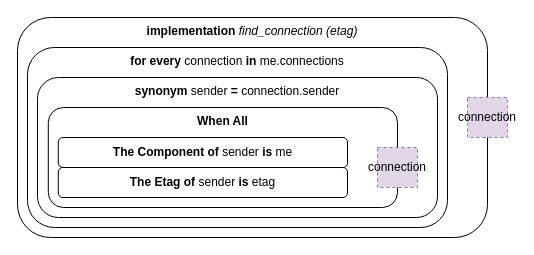
Above: findconnection.drawio in guitarvydas/duct (draw.io), before the change. Source tidied: cells renumbered, new cells numbered last; positions are measured from the earlier drawing's top-left corner, leaving out a move shared by most shapes. Both pictures are drawn from the tidied source at 100%, with x=0, y=0 at pixel (17, 17).
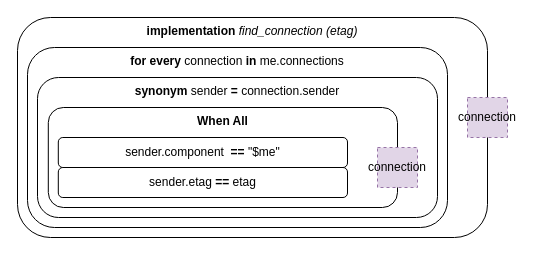
The same page after the edit.

The edit, as a diff of the source:
```diff
@@
 <mxGraphModel>
   <root>
     <mxCell id="0" />
     <mxCell id="1" parent="0" />
     <mxCell id="2" value="&lt;b&gt;implementation &lt;/b&gt;&lt;i&gt;find_connection (etag)&lt;/i&gt;" style="rounded=1;whiteSpace=wrap;html=1;verticalAlign=top;" parent="1" vertex="1">
       <mxGeometry width="470" height="220" as="geometry" />
     </mxCell>
     <mxCell id="3" value="&lt;b&gt;for every&lt;/b&gt;&amp;nbsp;connection &lt;b&gt;in&lt;/b&gt; me.connections" style="rounded=1;whiteSpace=wrap;html=1;verticalAlign=top;" parent="1" vertex="1">
       <mxGeometry x="10" y="30" width="420" height="180" as="geometry" />
     </mxCell>
     <mxCell id="4" style="edgeStyle=orthogonalEdgeStyle;rounded=0;orthogonalLoop=1;jettySize=auto;html=1;exitX=1;exitY=0.5;exitDx=0;exitDy=0;entryX=0;entryY=0.5;entryDx=0;entryDy=0;" parent="1" edge="1">
       <mxGeometry relative="1" as="geometry">
         <mxPoint x="257.8" y="220" as="sourcePoint" />
       </mxGeometry>
     </mxCell>
     <mxCell id="5" style="edgeStyle=orthogonalEdgeStyle;rounded=0;orthogonalLoop=1;jettySize=auto;html=1;exitX=1;exitY=0.5;exitDx=0;exitDy=0;entryX=0;entryY=0.5;entryDx=0;entryDy=0;" parent="1" edge="1">
       <mxGeometry relative="1" as="geometry">
         <mxPoint x="311" y="300" as="targetPoint" />
       </mxGeometry>
     </mxCell>
     <mxCell id="6" value="connection" style="whiteSpace=wrap;html=1;fillColor=#e1d5e7;strokeColor=#9673a6;dashed=1;" parent="1" vertex="1">
       <mxGeometry x="450" y="80" width="40" height="40" as="geometry" />
     </mxCell>
     <mxCell id="7" value="&lt;b&gt;synonym &lt;/b&gt;sender &lt;b&gt;= &lt;/b&gt;connection.sender" style="rounded=1;whiteSpace=wrap;html=1;verticalAlign=top;" parent="1" vertex="1">
       <mxGeometry x="20" y="60" width="400" height="140" as="geometry" />
     </mxCell>
     <mxCell id="8" value="&lt;b&gt;When All&lt;/b&gt;" style="rounded=1;whiteSpace=wrap;html=1;verticalAlign=top;" parent="1" vertex="1">
       <mxGeometry x="30.8" y="90" width="349.2" height="100" as="geometry" />
     </mxCell>
-    <mxCell id="9" value="&lt;b&gt;The Component of &lt;/b&gt;sender&amp;nbsp;&lt;b&gt;is &lt;/b&gt;me" style="rounded=1;whiteSpace=wrap;html=1;" parent="1" vertex="1">
+    <mxCell id="9" value="sender.component&amp;nbsp;&amp;nbsp;&lt;b&gt;== &lt;/b&gt;&quot;$me&quot;" style="rounded=1;whiteSpace=wrap;html=1;" parent="1" vertex="1">
       <mxGeometry x="40.8" y="120" width="289.2" height="30" as="geometry" />
     </mxCell>
-    <mxCell id="10" value="&lt;b&gt;The Etag of &lt;/b&gt;sender&lt;i&gt;&amp;nbsp;&lt;/i&gt;&lt;b&gt;is &lt;/b&gt;etag" style="rounded=1;whiteSpace=wrap;html=1;" parent="1" vertex="1">
+    <mxCell id="10" value="sender.etag &lt;b&gt;==&lt;/b&gt; etag" style="rounded=1;whiteSpace=wrap;html=1;" parent="1" vertex="1">
       <mxGeometry x="40.8" y="150" width="289.2" height="30" as="geometry" />
     </mxCell>
     <mxCell id="11" value="connection" style="whiteSpace=wrap;html=1;fillColor=#e1d5e7;strokeColor=#9673a6;dashed=1;" parent="1" vertex="1">
       <mxGeometry x="360" y="130" width="40" height="40" as="geometry" />
     </mxCell>
   </root>
 </mxGraphModel>
```
